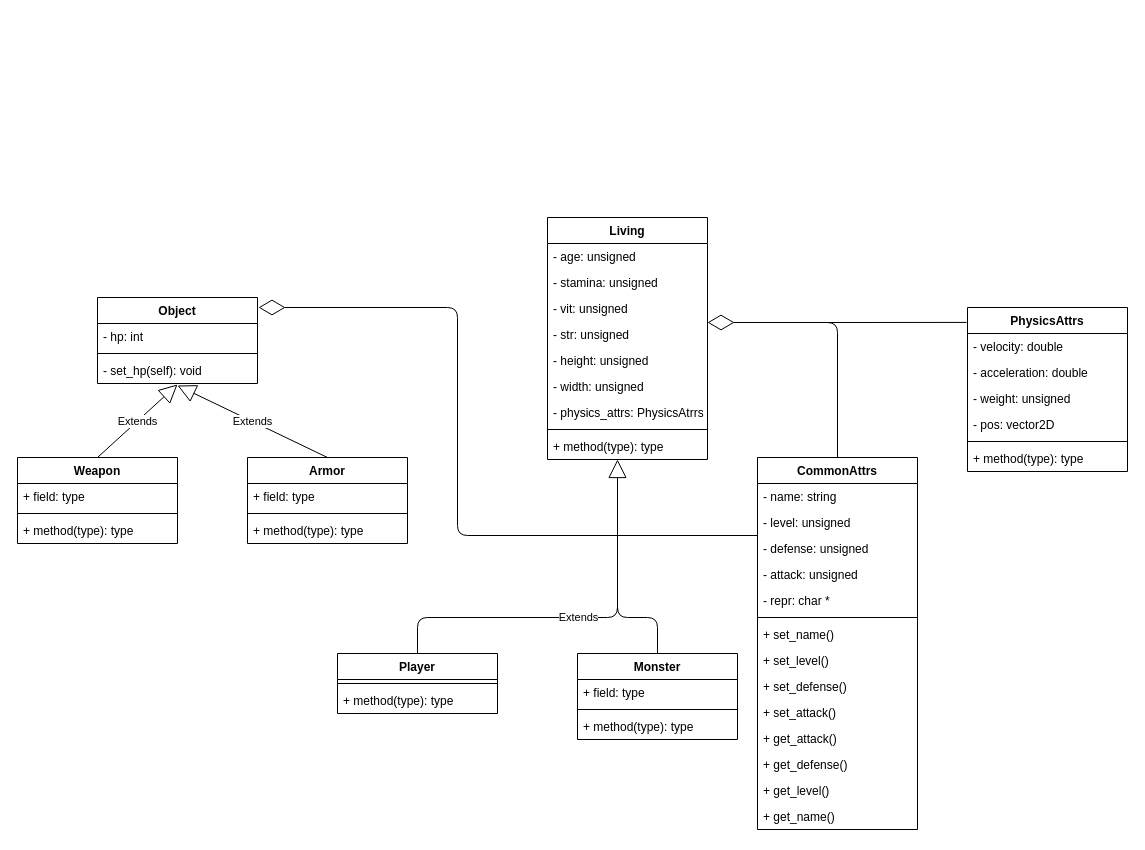
The draw.io diagram page "General Overview" (1 of 3) of init_design.drawio in djose1164/inmortal-will, before the edit. Source tidied: cells renumbered, new cells numbered last; positions are measured from the earlier drawing's top-left corner, leaving out a move shared by most shapes. Both pictures are drawn from the tidied source at 100%, with x=0, y=0 at pixel (17, 217).
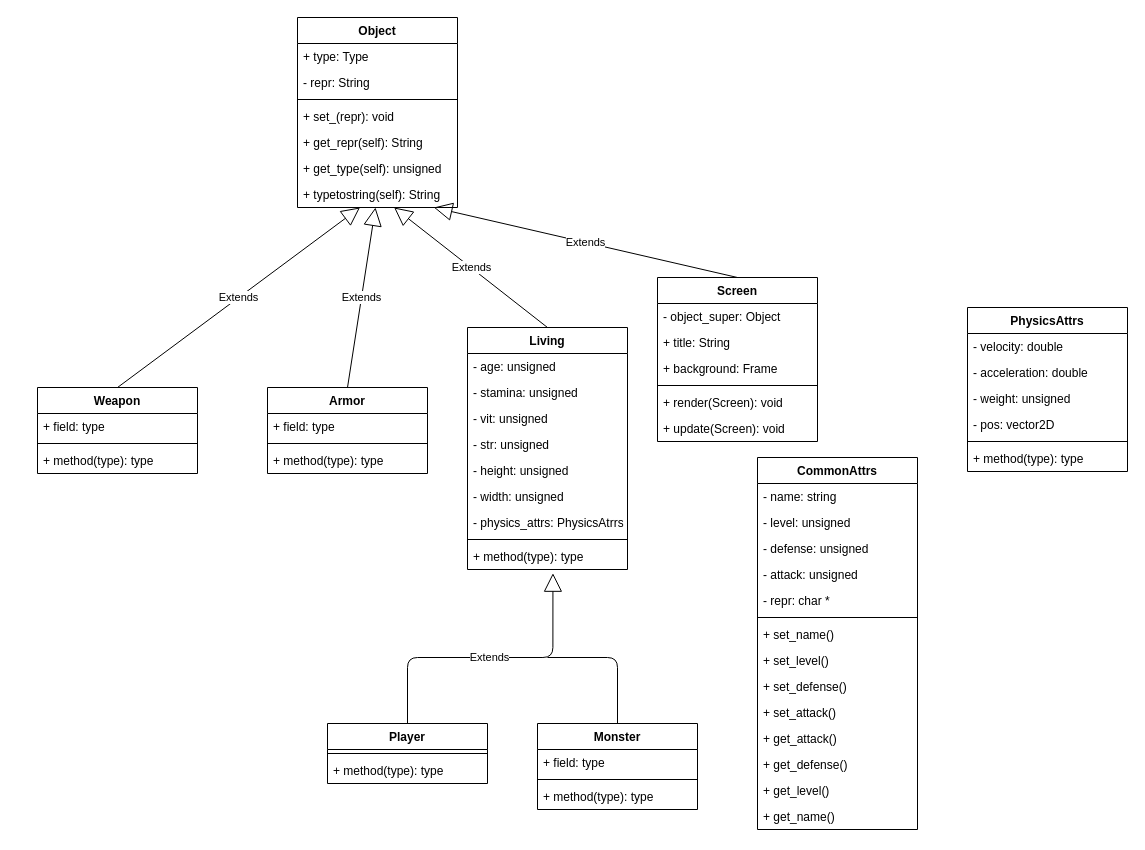
Above is the later version.

Unchanged cells that the change refers to:
```xml
<mxCell id="15" value="- str: unsigned" style="text;strokeColor=none;fillColor=none;align=left;verticalAlign=top;spacingLeft=4;spacingRight=4;overflow=hidden;points=[[0,0.5],[1,0.5]];portConstraint=eastwest;" parent="11" vertex="1">
  <mxGeometry y="104" width="160" height="26" as="geometry" />
</mxCell>
<mxCell id="20" value="+ method(type): type" style="text;strokeColor=none;fillColor=none;align=left;verticalAlign=top;spacingLeft=4;spacingRight=4;overflow=hidden;points=[[0,0.5],[1,0.5]];portConstraint=eastwest;" parent="11" vertex="1">
  <mxGeometry y="216" width="160" height="26" as="geometry" />
</mxCell>
<mxCell id="21" value="CommonAttrs&#10;" style="swimlane;fontStyle=1;align=center;verticalAlign=top;horizontal=1;startSize=26;" parent="1" vertex="1">
  <mxGeometry x="740" y="240" width="160" height="372" as="geometry" />
</mxCell>
<mxCell id="23" value="- level: unsigned" style="text;strokeColor=none;fillColor=none;align=left;verticalAlign=top;spacingLeft=4;spacingRight=4;overflow=hidden;points=[[0,0.5],[1,0.5]];portConstraint=eastwest;" parent="21" vertex="1">
  <mxGeometry y="52" width="160" height="26" as="geometry" />
</mxCell>
<mxCell id="52" value="PhysicsAttrs" style="swimlane;fontStyle=1;align=center;verticalAlign=top;horizontal=1;startSize=26;" parent="1" vertex="1">
  <mxGeometry x="950" y="90" width="160" height="164" as="geometry" />
</mxCell>
```

The edit, as a diff of the source:
```diff
@@
     <mxCell id="2" value="Object&#10;" style="swimlane;fontStyle=1;align=center;verticalAlign=top;horizontal=1;startSize=26;" parent="1" vertex="1">
-      <mxGeometry x="80" y="80" width="160" height="86" as="geometry" />
+      <mxGeometry x="280" y="-200" width="160" height="190" as="geometry" />
     </mxCell>
-    <mxCell id="3" value="- hp: int" style="text;strokeColor=none;fillColor=none;align=left;verticalAlign=top;spacingLeft=4;spacingRight=4;overflow=hidden;" parent="2" vertex="1">
+    <mxCell id="3" value="+ type: Type" style="text;strokeColor=none;fillColor=none;align=left;verticalAlign=top;spacingLeft=4;spacingRight=4;overflow=hidden;" parent="2" vertex="1">
       <mxGeometry y="26" width="160" height="26" as="geometry" />
     </mxCell>
+    <mxCell id="60" value="- repr: String" style="text;strokeColor=none;fillColor=none;align=left;verticalAlign=top;spacingLeft=4;spacingRight=4;overflow=hidden;" parent="2" vertex="1">
+      <mxGeometry y="52" width="160" height="26" as="geometry" />
+    </mxCell>
     <mxCell id="4" style="line;strokeWidth=1;fillColor=none;align=left;verticalAlign=middle;spacingTop=-1;spacingLeft=3;spacingRight=3;labelPosition=right;" parent="2" vertex="1">
-      <mxGeometry y="52" width="160" height="8" as="geometry" />
+      <mxGeometry y="78" width="160" height="8" as="geometry" />
     </mxCell>
-    <mxCell id="5" value="- set_hp(self): void" style="text;strokeColor=none;fillColor=none;align=left;verticalAlign=top;spacingLeft=4;spacingRight=4;overflow=hidden;points=[[0,0.5],[1,0.5]];portConstraint=eastwest;" parent="2" vertex="1">
-      <mxGeometry y="60" width="160" height="26" as="geometry" />
+    <mxCell id="5" value="+ set_(repr): void" style="text;strokeColor=none;fillColor=none;align=left;verticalAlign=top;spacingLeft=4;spacingRight=4;overflow=hidden;points=[[0,0.5],[1,0.5]];portConstraint=eastwest;" parent="2" vertex="1">
+      <mxGeometry y="86" width="160" height="26" as="geometry" />
     </mxCell>
+    <mxCell id="61" value="+ get_repr(self): String" style="text;strokeColor=none;fillColor=none;align=left;verticalAlign=top;spacingLeft=4;spacingRight=4;overflow=hidden;" parent="2" vertex="1">
+      <mxGeometry y="112" width="160" height="26" as="geometry" />
+    </mxCell>
+    <mxCell id="62" value="+ get_type(self): unsigned" style="text;strokeColor=none;fillColor=none;align=left;verticalAlign=top;spacingLeft=4;spacingRight=4;overflow=hidden;" parent="2" vertex="1">
+      <mxGeometry y="138" width="160" height="26" as="geometry" />
+    </mxCell>
+    <mxCell id="63" value="+ typetostring(self): String" style="text;strokeColor=none;fillColor=none;align=left;verticalAlign=top;spacingLeft=4;spacingRight=4;overflow=hidden;points=[[0,0.5],[1,0.5]];portConstraint=eastwest;" parent="2" vertex="1">
+      <mxGeometry y="164" width="160" height="26" as="geometry" />
+    </mxCell>
     <mxCell id="6" value="Player" style="swimlane;fontStyle=1;align=center;verticalAlign=top;horizontal=1;startSize=26;" parent="1" vertex="1">
-      <mxGeometry x="320" y="436" width="160" height="60" as="geometry" />
+      <mxGeometry x="310" y="506" width="160" height="60" as="geometry" />
     </mxCell>
@@
-    <mxCell id="9" value="Extends" style="endArrow=block;endSize=16;endFill=0;html=1;entryX=0.5;entryY=1.038;entryDx=0;entryDy=0;entryPerimeter=0;exitX=0.5;exitY=0;exitDx=0;exitDy=0;" parent="1" edge="1" source="43" target="5">
+    <mxCell id="9" value="Extends" style="endArrow=block;endSize=16;endFill=0;html=1;exitX=0.5;exitY=0;exitDx=0;exitDy=0;" parent="1" edge="1" source="43" target="63">
       <mxGeometry relative="1" as="geometry" />
     </mxCell>
-    <mxCell id="10" value="Extends" style="endArrow=block;endSize=16;endFill=0;html=1;exitX=0.5;exitY=0;exitDx=0;exitDy=0;edgeStyle=orthogonalEdgeStyle;" parent="1" edge="1" source="6" target="20">
+    <mxCell id="10" value="Extends" style="endArrow=block;endSize=16;endFill=0;html=1;exitX=0.5;exitY=0;exitDx=0;exitDy=0;edgeStyle=orthogonalEdgeStyle;entryX=0.534;entryY=1.143;entryDx=0;entryDy=0;entryPerimeter=0;" parent="1" edge="1" source="6" target="20">
       <mxGeometry relative="1" as="geometry">
         <Array as="points">
-          <mxPoint x="400" y="400" />
-          <mxPoint x="600" y="400" />
+          <mxPoint x="390" y="440" />
+          <mxPoint x="535" y="440" />
         </Array>
       </mxGeometry>
     </mxCell>
     <mxCell id="11" value="Living" style="swimlane;fontStyle=1;align=center;verticalAlign=top;horizontal=1;startSize=26;" parent="1" vertex="1">
-      <mxGeometry x="530" width="160" height="242" as="geometry" />
+      <mxGeometry x="450" y="110" width="160" height="242" as="geometry" />
     </mxCell>
@@
-    <mxCell id="36" style="endArrow=diamondThin;endFill=0;endSize=24;html=1;exitX=0.5;exitY=0;exitDx=0;exitDy=0;edgeStyle=orthogonalEdgeStyle;" parent="1" edge="1" source="21" target="15">
-      <mxGeometry relative="1" as="geometry">
-        <Array as="points">
-          <mxPoint x="820" y="105" />
-        </Array>
-      </mxGeometry>
-    </mxCell>
-    <mxCell id="37" style="endArrow=diamondThin;endFill=0;endSize=24;html=1;edgeStyle=orthogonalEdgeStyle;exitX=0;exitY=1;exitDx=0;exitDy=0;exitPerimeter=0;" parent="1" edge="1" source="23">
-      <mxGeometry relative="1" as="geometry">
-        <mxPoint x="241" y="90" as="targetPoint" />
-        <Array as="points">
-          <mxPoint x="440" y="318" />
-          <mxPoint x="440" y="90" />
-        </Array>
-      </mxGeometry>
-    </mxCell>
     <mxCell id="38" value="Monster" style="swimlane;fontStyle=1;align=center;verticalAlign=top;horizontal=1;startSize=26;" parent="1" vertex="1">
-      <mxGeometry x="560" y="436" width="160" height="86" as="geometry" />
+      <mxGeometry x="520" y="506" width="160" height="86" as="geometry" />
     </mxCell>
@@
     <mxCell id="42" style="endArrow=none;html=1;exitX=0.5;exitY=0;exitDx=0;exitDy=0;edgeStyle=orthogonalEdgeStyle;" parent="1" edge="1" source="38">
       <mxGeometry relative="1" as="geometry">
-        <mxPoint x="600" y="380" as="targetPoint" />
+        <mxPoint x="530" y="440" as="targetPoint" />
         <Array as="points">
-          <mxPoint x="640" y="400" />
-          <mxPoint x="600" y="400" />
+          <mxPoint x="600" y="440" />
         </Array>
       </mxGeometry>
     </mxCell>
     <mxCell id="43" value="Weapon&#10;" style="swimlane;fontStyle=1;align=center;verticalAlign=top;horizontal=1;startSize=26;" parent="1" vertex="1">
-      <mxGeometry y="240" width="160" height="86" as="geometry" />
+      <mxGeometry x="20" y="170" width="160" height="86" as="geometry" />
     </mxCell>
@@
     <mxCell id="47" value="Armor" style="swimlane;fontStyle=1;align=center;verticalAlign=top;horizontal=1;startSize=26;" parent="1" vertex="1">
-      <mxGeometry x="230" y="240" width="160" height="86" as="geometry" />
+      <mxGeometry x="250" y="170" width="160" height="86" as="geometry" />
     </mxCell>
@@
-    <mxCell id="51" value="Extends" style="endArrow=block;endSize=16;endFill=0;html=1;exitX=0.5;exitY=0;exitDx=0;exitDy=0;entryX=0.5;entryY=1.077;entryDx=0;entryDy=0;entryPerimeter=0;" parent="1" edge="1" source="47" target="5">
+    <mxCell id="51" value="Extends" style="endArrow=block;endSize=16;endFill=0;html=1;exitX=0.5;exitY=0;exitDx=0;exitDy=0;" parent="1" edge="1" source="47" target="63">
       <mxGeometry relative="1" as="geometry" />
     </mxCell>
@@
-    <mxCell id="59" style="endArrow=none;html=1;entryX=-0.006;entryY=0.091;entryDx=0;entryDy=0;entryPerimeter=0;" parent="1" edge="1" target="52">
-      <mxGeometry relative="1" as="geometry">
-        <mxPoint x="810" y="105" as="sourcePoint" />
-      </mxGeometry>
-    </mxCell>
+    <mxCell id="64" value="Extends" style="endArrow=block;endSize=16;endFill=0;html=1;rounded=0;exitX=0.5;exitY=0;exitDx=0;exitDy=0;" parent="1" edge="1" source="11" target="63">
+      <mxGeometry relative="1" as="geometry" />
+    </mxCell>
+    <mxCell id="65" value="Screen" style="swimlane;fontStyle=1;align=center;verticalAlign=top;horizontal=1;startSize=26;" parent="1" vertex="1">
+      <mxGeometry x="640" y="60" width="160" height="164" as="geometry" />
+    </mxCell>
+    <mxCell id="66" value="- object_super: Object" style="text;strokeColor=none;fillColor=none;align=left;verticalAlign=top;spacingLeft=4;spacingRight=4;overflow=hidden;" parent="65" vertex="1">
+      <mxGeometry y="26" width="160" height="26" as="geometry" />
+    </mxCell>
+    <mxCell id="67" value="+ title: String" style="text;strokeColor=none;fillColor=none;align=left;verticalAlign=top;spacingLeft=4;spacingRight=4;overflow=hidden;" parent="65" vertex="1">
+      <mxGeometry y="52" width="160" height="26" as="geometry" />
+    </mxCell>
+    <mxCell id="68" value="+ background: Frame" style="text;strokeColor=none;fillColor=none;align=left;verticalAlign=top;spacingLeft=4;spacingRight=4;overflow=hidden;" parent="65" vertex="1">
+      <mxGeometry y="78" width="160" height="26" as="geometry" />
+    </mxCell>
+    <mxCell id="69" style="line;strokeWidth=1;fillColor=none;align=left;verticalAlign=middle;spacingTop=-1;spacingLeft=3;spacingRight=3;labelPosition=right;" parent="65" vertex="1">
+      <mxGeometry y="104" width="160" height="8" as="geometry" />
+    </mxCell>
+    <mxCell id="70" value="+ render(Screen): void" style="text;strokeColor=none;fillColor=none;align=left;verticalAlign=top;spacingLeft=4;spacingRight=4;overflow=hidden;" parent="65" vertex="1">
+      <mxGeometry y="112" width="160" height="26" as="geometry" />
+    </mxCell>
+    <mxCell id="71" value="+ update(Screen): void" style="text;strokeColor=none;fillColor=none;align=left;verticalAlign=top;spacingLeft=4;spacingRight=4;overflow=hidden;" parent="65" vertex="1">
+      <mxGeometry y="138" width="160" height="26" as="geometry" />
+    </mxCell>
+    <mxCell id="72" value="Extends" style="endArrow=block;endSize=16;endFill=0;html=1;rounded=0;exitX=0.5;exitY=0;exitDx=0;exitDy=0;" parent="1" edge="1" source="65" target="63">
+      <mxGeometry relative="1" as="geometry" />
+    </mxCell>
```
